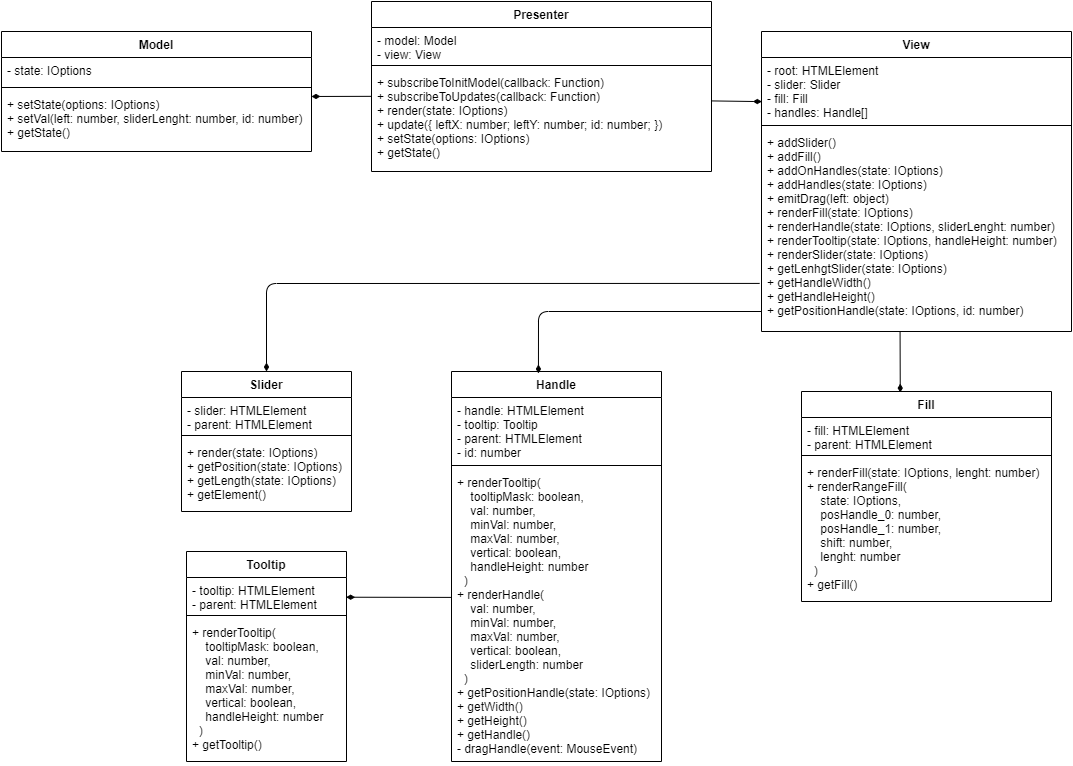
Before: UML.png, a diagram exported from draw.io (AxeSnk/slider). Source tidied: cells renumbered, new cells last; positions are measured from the earlier drawing's top-left corner, leaving out a move shared by most shapes.
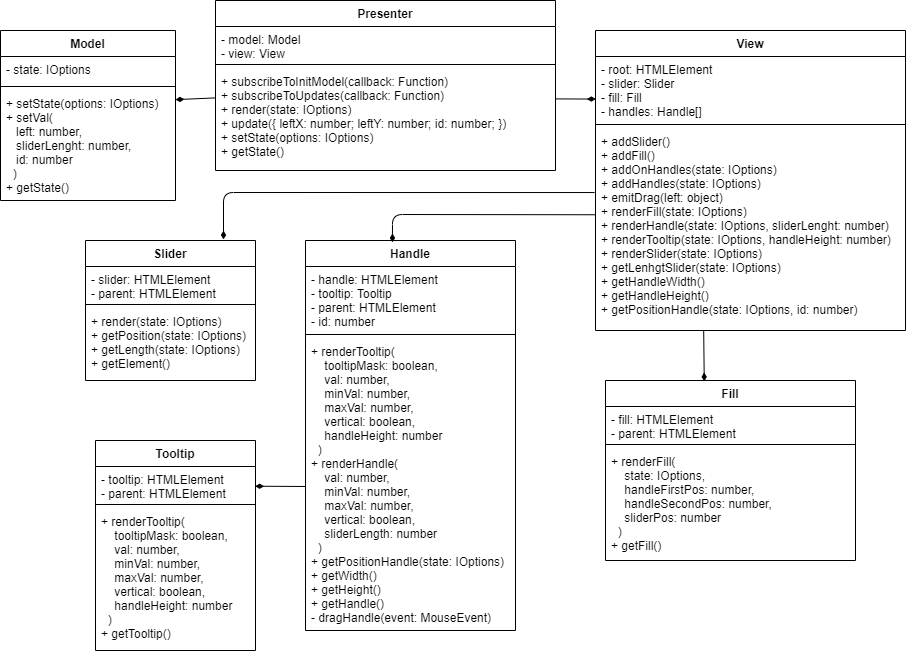
Above is the later version.

Commit message:
fix fill, setVal(model)

What changed in the source:
```diff
@@ -3,7 +3,7 @@
     <mxCell id="0" />
     <mxCell id="1" parent="0" />
     <mxCell id="2" value="Presenter" style="swimlane;fontStyle=1;align=center;verticalAlign=top;horizontal=1;startSize=26;" parent="1" vertex="1">
-      <mxGeometry x="370" width="340" height="170" as="geometry" />
+      <mxGeometry x="300" y="40" width="340" height="170" as="geometry" />
     </mxCell>
     <mxCell id="3" value="- model: Model&#10;- view: View" style="text;strokeColor=none;fillColor=none;align=left;verticalAlign=top;spacingLeft=4;spacingRight=4;overflow=hidden;" parent="2" vertex="1">
       <mxGeometry y="26" width="340" height="34" as="geometry" />
@@ -15,19 +15,19 @@
       <mxGeometry y="68" width="340" height="102" as="geometry" />
     </mxCell>
     <mxCell id="6" value="Model" style="swimlane;fontStyle=1;align=center;verticalAlign=top;horizontal=1;startSize=26;" parent="1" vertex="1">
-      <mxGeometry y="30" width="310" height="120" as="geometry" />
+      <mxGeometry x="85" y="70" width="175" height="170" as="geometry" />
     </mxCell>
     <mxCell id="7" value="- state: IOptions" style="text;strokeColor=none;fillColor=none;align=left;verticalAlign=top;spacingLeft=4;spacingRight=4;overflow=hidden;" parent="6" vertex="1">
-      <mxGeometry y="26" width="310" height="26" as="geometry" />
+      <mxGeometry y="26" width="175" height="26" as="geometry" />
     </mxCell>
     <mxCell id="8" style="line;strokeWidth=1;fillColor=none;align=left;verticalAlign=middle;spacingTop=-1;spacingLeft=3;spacingRight=3;labelPosition=right;" parent="6" vertex="1">
-      <mxGeometry y="52" width="310" height="8" as="geometry" />
+      <mxGeometry y="52" width="175" height="8" as="geometry" />
     </mxCell>
-    <mxCell id="9" value="+ setState(options: IOptions)&#10;+ setVal(left: number, sliderLenght: number, id: number)&#10;+ getState()" style="text;strokeColor=none;fillColor=none;align=left;verticalAlign=top;spacingLeft=4;spacingRight=4;overflow=hidden;points=[[0,0.5],[1,0.5]];portConstraint=eastwest;" parent="6" vertex="1">
-      <mxGeometry y="60" width="310" height="60" as="geometry" />
+    <mxCell id="9" value="+ setState(options: IOptions)&#10;+ setVal(&#10;   left: number, &#10;   sliderLenght: number, &#10;   id: number&#10;  )&#10;+ getState()" style="text;strokeColor=none;fillColor=none;align=left;verticalAlign=top;spacingLeft=4;spacingRight=4;overflow=hidden;points=[[0,0.5],[1,0.5]];portConstraint=eastwest;" parent="6" vertex="1">
+      <mxGeometry y="60" width="175" height="110" as="geometry" />
     </mxCell>
     <mxCell id="10" value="View" style="swimlane;fontStyle=1;align=center;verticalAlign=top;horizontal=1;startSize=26;" parent="1" vertex="1">
-      <mxGeometry x="760" y="30" width="310" height="300" as="geometry" />
+      <mxGeometry x="680" y="70" width="310" height="300" as="geometry" />
     </mxCell>
     <mxCell id="11" value="- root: HTMLElement&#10;- slider: Slider&#10;- fill: Fill&#10;- handles: Handle[]" style="text;strokeColor=none;fillColor=none;align=left;verticalAlign=top;spacingLeft=4;spacingRight=4;overflow=hidden;points=[[0,0.5],[1,0.5]];portConstraint=eastwest;" parent="10" vertex="1">
       <mxGeometry y="26" width="310" height="64" as="geometry" />
@@ -39,7 +39,7 @@
       <mxGeometry y="98" width="310" height="202" as="geometry" />
     </mxCell>
     <mxCell id="14" value="Slider" style="swimlane;fontStyle=1;align=center;verticalAlign=top;horizontal=1;startSize=26;" parent="1" vertex="1">
-      <mxGeometry x="180" y="370" width="170" height="140" as="geometry" />
+      <mxGeometry x="170" y="280" width="170" height="140" as="geometry" />
     </mxCell>
     <mxCell id="15" value="- slider: HTMLElement&#10;- parent: HTMLElement" style="text;strokeColor=none;fillColor=none;align=left;verticalAlign=top;spacingLeft=4;spacingRight=4;overflow=hidden;" parent="14" vertex="1">
       <mxGeometry y="26" width="170" height="34" as="geometry" />
@@ -51,7 +51,7 @@
       <mxGeometry y="68" width="170" height="72" as="geometry" />
     </mxCell>
     <mxCell id="18" value="Handle" style="swimlane;fontStyle=1;align=center;verticalAlign=top;horizontal=1;startSize=26;" parent="1" vertex="1">
-      <mxGeometry x="450" y="370" width="210" height="390" as="geometry" />
+      <mxGeometry x="390" y="280" width="210" height="390" as="geometry" />
     </mxCell>
     <mxCell id="19" value="- handle: HTMLElement&#10;- tooltip: Tooltip&#10;- parent: HTMLElement&#10;- id: number" style="text;strokeColor=none;fillColor=none;align=left;verticalAlign=top;spacingLeft=4;spacingRight=4;overflow=hidden;" parent="18" vertex="1">
       <mxGeometry y="26" width="210" height="64" as="geometry" />
@@ -63,7 +63,7 @@
       <mxGeometry y="98" width="210" height="292" as="geometry" />
     </mxCell>
     <mxCell id="22" value="Fill" style="swimlane;fontStyle=1;align=center;verticalAlign=top;horizontal=1;startSize=26;" parent="1" vertex="1">
-      <mxGeometry x="800" y="390" width="250" height="210" as="geometry" />
+      <mxGeometry x="690" y="420" width="250" height="180" as="geometry" />
     </mxCell>
     <mxCell id="23" value="- fill: HTMLElement&#10;- parent: HTMLElement&#10;" style="text;strokeColor=none;fillColor=none;align=left;verticalAlign=top;spacingLeft=4;spacingRight=4;overflow=hidden;" parent="22" vertex="1">
       <mxGeometry y="26" width="250" height="34" as="geometry" />
@@ -71,11 +71,11 @@
     <mxCell id="24" style="line;strokeWidth=1;fillColor=none;align=left;verticalAlign=middle;spacingTop=-1;spacingLeft=3;spacingRight=3;labelPosition=right;" parent="22" vertex="1">
       <mxGeometry y="60" width="250" height="8" as="geometry" />
     </mxCell>
-    <mxCell id="25" value="+ renderFill(state: IOptions, lenght: number)&#10;+ renderRangeFill(&#10;    state: IOptions,&#10;    posHandle_0: number,&#10;    posHandle_1: number,&#10;    shift: number,&#10;    lenght: number&#10;  )&#10;+ getFill()" style="text;strokeColor=none;fillColor=none;align=left;verticalAlign=top;spacingLeft=4;spacingRight=4;overflow=hidden;" parent="22" vertex="1">
-      <mxGeometry y="68" width="250" height="142" as="geometry" />
+    <mxCell id="25" value="+ renderFill(&#10;    state: IOptions,&#10;    handleFirstPos: number,&#10;    handleSecondPos: number,&#10;    sliderPos: number&#10;  )&#10;+ getFill()" style="text;strokeColor=none;fillColor=none;align=left;verticalAlign=top;spacingLeft=4;spacingRight=4;overflow=hidden;" parent="22" vertex="1">
+      <mxGeometry y="68" width="250" height="112" as="geometry" />
     </mxCell>
     <mxCell id="26" value="Tooltip" style="swimlane;fontStyle=1;align=center;verticalAlign=top;horizontal=1;startSize=26;" parent="1" vertex="1">
-      <mxGeometry x="185" y="550" width="160" height="210" as="geometry" />
+      <mxGeometry x="180" y="480" width="160" height="210" as="geometry" />
     </mxCell>
     <mxCell id="27" value="- tooltip: HTMLElement&#10;- parent: HTMLElement" style="text;strokeColor=none;fillColor=none;align=left;verticalAlign=top;spacingLeft=4;spacingRight=4;overflow=hidden;points=[[0,0.5],[1,0.5]];portConstraint=eastwest;" parent="26" vertex="1">
       <mxGeometry y="26" width="160" height="34" as="geometry" />
@@ -86,31 +86,34 @@
     <mxCell id="29" value="+ renderTooltip(&#10;    tooltipMask: boolean,&#10;    val: number,&#10;    minVal: number,&#10;    maxVal: number,&#10;    vertical: boolean,&#10;    handleHeight: number&#10;  )&#10;+ getTooltip()" style="text;strokeColor=none;fillColor=none;align=left;verticalAlign=top;spacingLeft=4;spacingRight=4;overflow=hidden;" parent="26" vertex="1">
       <mxGeometry y="68" width="160" height="142" as="geometry" />
     </mxCell>
-    <mxCell id="30" style="endArrow=diamondThin;html=1;strokeWidth=1;entryX=1;entryY=0.083;entryDx=0;entryDy=0;entryPerimeter=0;exitX=0.001;exitY=0.263;exitDx=0;exitDy=0;exitPerimeter=0;endFill=1;jumpSize=6;" parent="1" edge="1" source="5" target="9">
+    <mxCell id="30" style="endArrow=diamondThin;html=1;strokeWidth=1;entryX=1;entryY=0.083;entryDx=0;entryDy=0;entryPerimeter=0;endFill=1;jumpSize=6;exitX=0.001;exitY=0.288;exitDx=0;exitDy=0;exitPerimeter=0;" parent="1" edge="1" source="5" target="9">
       <mxGeometry relative="1" as="geometry" />
     </mxCell>
-    <mxCell id="31" style="endArrow=diamondThin;html=1;strokeWidth=1;exitX=1.001;exitY=0.308;exitDx=0;exitDy=0;exitPerimeter=0;endFill=1;entryX=0.001;entryY=0.689;entryDx=0;entryDy=0;entryPerimeter=0;" parent="1" edge="1" source="5" target="11">
+    <mxCell id="31" style="endArrow=diamondThin;html=1;strokeWidth=1;exitX=1;exitY=0.298;exitDx=0;exitDy=0;exitPerimeter=0;endFill=1;entryX=0.001;entryY=0.665;entryDx=0;entryDy=0;entryPerimeter=0;" parent="1" edge="1" source="5" target="11">
       <mxGeometry relative="1" as="geometry" />
     </mxCell>
-    <mxCell id="32" style="endArrow=diamondThin;html=1;strokeWidth=1;exitX=-0.006;exitY=0.762;exitDx=0;exitDy=0;exitPerimeter=0;endFill=1;" parent="1" edge="1" source="13" target="14">
+    <mxCell id="32" style="endArrow=diamondThin;html=1;strokeWidth=1;exitX=-0.003;exitY=0.317;exitDx=0;exitDy=0;exitPerimeter=0;endFill=1;" parent="1" edge="1" source="13">
       <mxGeometry relative="1" as="geometry">
+        <mxPoint x="308" y="279" as="targetPoint" />
         <Array as="points">
-          <mxPoint x="265" y="282" />
+          <mxPoint x="308" y="232" />
         </Array>
       </mxGeometry>
     </mxCell>
-    <mxCell id="33" style="endArrow=diamondThin;html=1;strokeWidth=1;exitX=0;exitY=0.901;exitDx=0;exitDy=0;exitPerimeter=0;endFill=1;entryX=0.414;entryY=0.005;entryDx=0;entryDy=0;entryPerimeter=0;" parent="1" edge="1" source="13" target="18">
+    <mxCell id="33" style="endArrow=diamondThin;html=1;strokeWidth=1;exitX=-0.002;exitY=0.427;exitDx=0;exitDy=0;exitPerimeter=0;endFill=1;entryX=0.414;entryY=0.005;entryDx=0;entryDy=0;entryPerimeter=0;" parent="1" edge="1" source="13" target="18">
       <mxGeometry relative="1" as="geometry">
         <Array as="points">
-          <mxPoint x="537" y="310" />
+          <mxPoint x="477" y="254" />
         </Array>
       </mxGeometry>
     </mxCell>
-    <mxCell id="34" style="endArrow=diamondThin;html=1;strokeWidth=1;exitX=0.447;exitY=0.998;exitDx=0;exitDy=0;exitPerimeter=0;entryX=0.395;entryY=0.005;entryDx=0;entryDy=0;endFill=1;entryPerimeter=0;" parent="1" edge="1" source="13" target="22">
+    <mxCell id="34" style="endArrow=diamondThin;html=1;strokeWidth=1;exitX=0.349;exitY=1;exitDx=0;exitDy=0;exitPerimeter=0;entryX=0.395;entryY=0.005;entryDx=0;entryDy=0;endFill=1;entryPerimeter=0;" parent="1" edge="1" source="13" target="22">
       <mxGeometry relative="1" as="geometry" />
     </mxCell>
-    <mxCell id="35" style="endArrow=diamondThin;html=1;strokeWidth=1;exitX=-0.002;exitY=0.438;exitDx=0;exitDy=0;exitPerimeter=0;endFill=1;entryX=0.998;entryY=0.58;entryDx=0;entryDy=0;entryPerimeter=0;" parent="1" edge="1" source="21" target="27">
-      <mxGeometry relative="1" as="geometry" />
+    <mxCell id="35" style="endArrow=diamondThin;html=1;strokeWidth=1;endFill=1;entryX=0.998;entryY=0.58;entryDx=0;entryDy=0;entryPerimeter=0;" parent="1" edge="1" target="27">
+      <mxGeometry relative="1" as="geometry">
+        <mxPoint x="390" y="526" as="sourcePoint" />
+      </mxGeometry>
     </mxCell>
   </root>
 </mxGraphModel>
```
